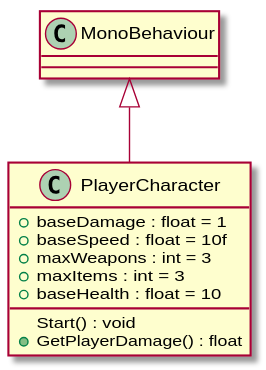
Above: UML/Assets/Scripts/PlayerCharacter.svg in 2314577483/Vampire-Hunter (PlantUML), before the change.
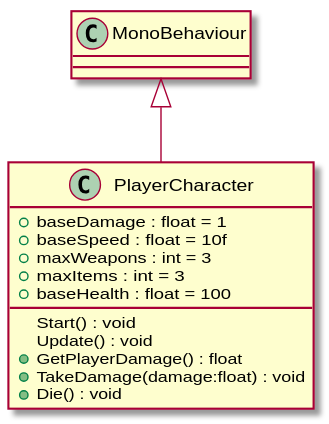
After the commit.

Change to the diagram source:
```diff
@@ -4,9 +4,12 @@
     + baseSpeed : float = 10f
     + maxWeapons : int = 3
     + maxItems : int = 3
-    + baseHealth : float = 10
+    + baseHealth : float = 100
     Start() : void
+    Update() : void
     + GetPlayerDamage() : float
+    + TakeDamage(damage:float) : void
+    + Die() : void
 }
 MonoBehaviour <|-- PlayerCharacter
 @enduml
```
